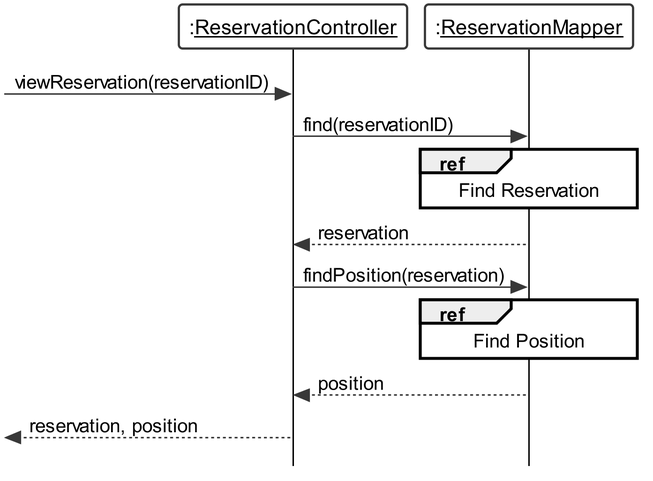
Before: Documentation/plantuml/SD_UC06.png, a diagram exported from PlantUML (wolfcall/Tyrell-Corp).
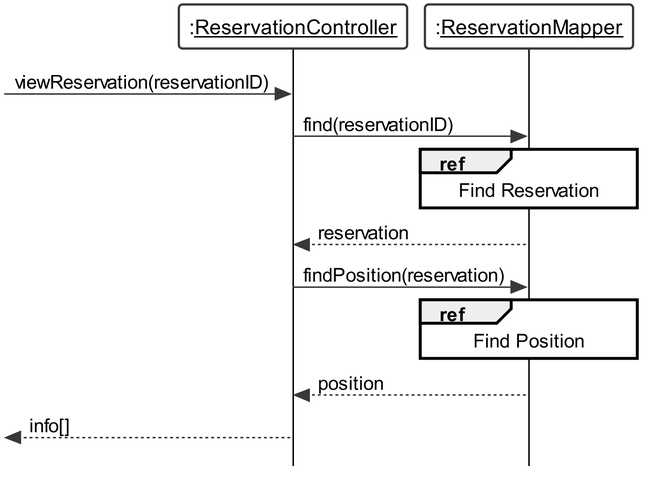
The same diagram one commit later.

What changed in the source:
```diff
@@ -39,6 +39,6 @@
 ref over rMapper : Find Position
 rMapper --> rController : position
 
-[<-- rController : reservation, position
+[<-- rController : info[]
 
 @enduml
```
